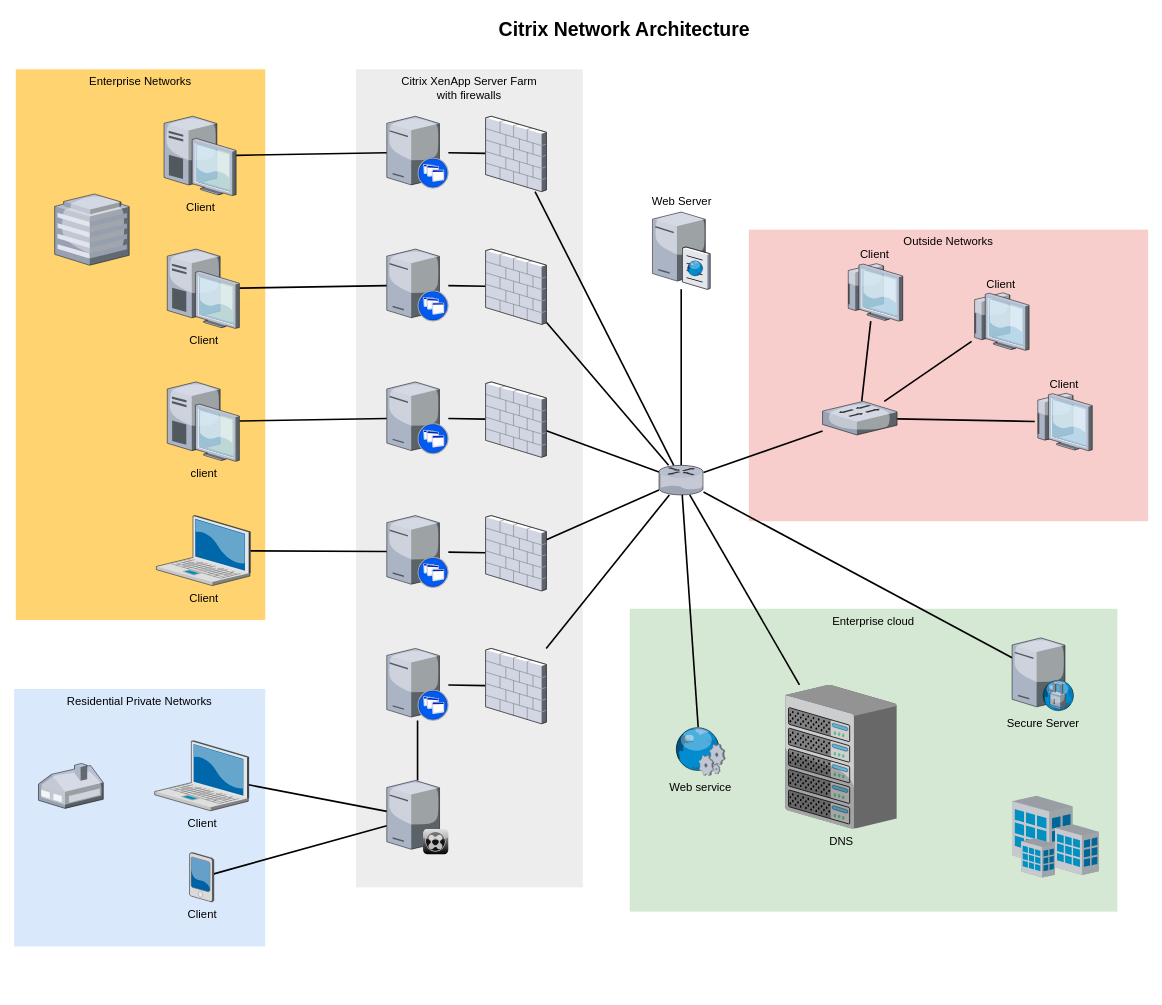
mikxingu/D-monitor keeps this draw.io diagram as Untitled Diagram.drawio. Above is the earlier version. Source tidied: cells renumbered, new cells numbered last; positions are measured from the earlier drawing's top-left corner, leaving out a move shared by most shapes. Both pictures are drawn from the tidied source at 81%, with x=0, y=0 at pixel (14, 14).
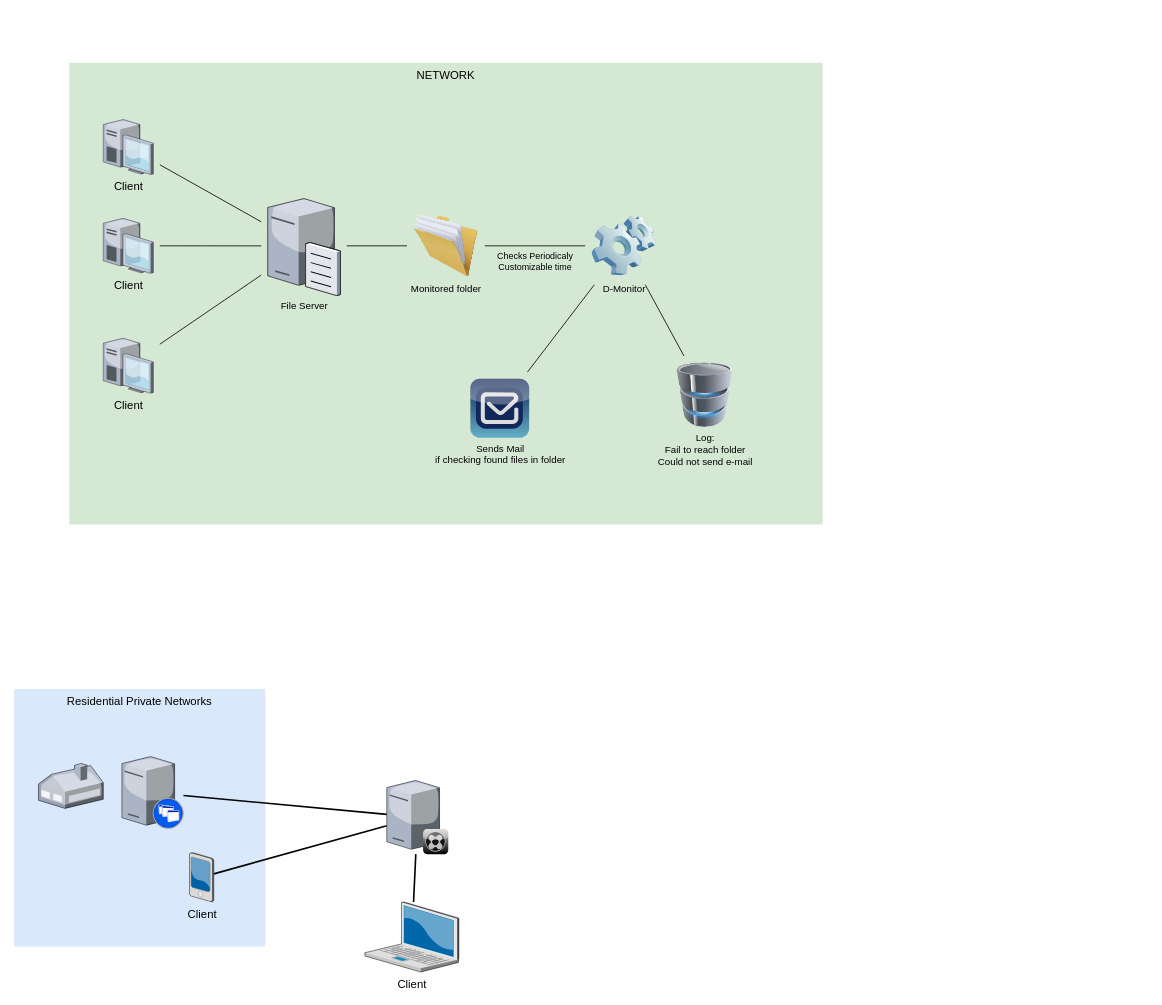
After the change.

Commit message:
Innitial Application Funcionality Specification

Change to the diagram source:
```diff
@@
-    <mxCell id="2" value="Outside Networks" style="whiteSpace=wrap;html=1;fillColor=#f8cecc;fontSize=14;strokeColor=none;verticalAlign=top;" parent="1" vertex="1">
-      <mxGeometry x="907" y="266" width="493" height="360" as="geometry" />
-    </mxCell>
-    <mxCell id="3" value="Enterprise cloud" style="whiteSpace=wrap;html=1;fillColor=#d5e8d4;fontSize=14;strokeColor=none;verticalAlign=top;" parent="1" vertex="1">
-      <mxGeometry x="760" y="734" width="602" height="374" as="geometry" />
+    <mxCell id="3" value="NETWORK" style="whiteSpace=wrap;html=1;fillColor=#d5e8d4;fontSize=14;strokeColor=none;verticalAlign=top;" parent="1" vertex="1">
+      <mxGeometry x="68" y="60" width="930" height="570" as="geometry" />
     </mxCell>
-    <mxCell id="4" value="Citrix XenApp Server Farm&lt;div&gt;with firewalls&lt;/div&gt;" style="whiteSpace=wrap;html=1;fillColor=#EDEDED;fontSize=14;strokeColor=none;verticalAlign=top;" parent="1" vertex="1">
-      <mxGeometry x="422" y="68" width="280" height="1010" as="geometry" />
-    </mxCell>
@@
-    <mxCell id="6" value="Enterprise Networks" style="whiteSpace=wrap;html=1;fillColor=#FFD470;gradientColor=none;fontSize=14;strokeColor=none;verticalAlign=top;" parent="1" vertex="1">
-      <mxGeometry x="2" y="68" width="308" height="680" as="geometry" />
-    </mxCell>
@@
     <mxCell id="8" value="Client" style="verticalLabelPosition=bottom;html=1;verticalAlign=top;strokeColor=none;shape=mxgraph.citrix.laptop_2;fillColor=#66B2FF;gradientColor=#0066CC;fontSize=14;" parent="1" vertex="1">
-      <mxGeometry x="173.5" y="897" width="116" height="86.5" as="geometry" />
+      <mxGeometry x="433" y="1096" width="116" height="86.5" as="geometry" />
     </mxCell>
-    <mxCell id="9" style="edgeStyle=none;rounded=0;html=1;startSize=10;endSize=10;jettySize=auto;fontSize=14;endArrow=none;endFill=0;strokeWidth=2;" parent="1" edge="1" source="10" target="22">
-      <mxGeometry relative="1" as="geometry" />
-    </mxCell>
-    <mxCell id="10" value="Client" style="verticalLabelPosition=bottom;html=1;verticalAlign=top;strokeColor=none;shape=mxgraph.citrix.laptop_2;fillColor=#66B2FF;gradientColor=#0066CC;fontSize=14;" parent="1" vertex="1">
-      <mxGeometry x="175.5" y="619" width="116" height="86.5" as="geometry" />
-    </mxCell>
-    <mxCell id="11" style="edgeStyle=none;rounded=0;html=1;startSize=10;endSize=10;jettySize=auto;fontSize=14;endArrow=none;endFill=0;strokeWidth=2;" parent="1" edge="1" source="12" target="24">
-      <mxGeometry relative="1" as="geometry" />
-    </mxCell>
-    <mxCell id="12" value="client" style="verticalLabelPosition=bottom;html=1;verticalAlign=top;strokeColor=none;shape=mxgraph.citrix.desktop;fillColor=#66B2FF;gradientColor=#0066CC;fontSize=14;" parent="1" vertex="1">
-      <mxGeometry x="189" y="454" width="89" height="98" as="geometry" />
-    </mxCell>
-    <mxCell id="13" style="edgeStyle=none;rounded=0;html=1;startSize=10;endSize=10;jettySize=auto;fontSize=14;endArrow=none;endFill=0;strokeWidth=2;" parent="1" edge="1" source="14" target="26">
-      <mxGeometry relative="1" as="geometry" />
-    </mxCell>
     <mxCell id="14" value="Client" style="verticalLabelPosition=bottom;html=1;verticalAlign=top;strokeColor=none;shape=mxgraph.citrix.desktop;fillColor=#66B2FF;gradientColor=#0066CC;fontSize=14;" parent="1" vertex="1">
-      <mxGeometry x="189" y="290" width="89" height="98" as="geometry" />
+      <mxGeometry x="110" y="400" width="61.8" height="68" as="geometry" />
     </mxCell>
-    <mxCell id="15" style="edgeStyle=none;rounded=0;html=1;startSize=10;endSize=10;jettySize=auto;fontSize=14;endArrow=none;endFill=0;strokeWidth=2;" parent="1" edge="1" source="16" target="28">
-      <mxGeometry relative="1" as="geometry" />
-    </mxCell>
-    <mxCell id="16" value="Client" style="verticalLabelPosition=bottom;html=1;verticalAlign=top;strokeColor=none;shape=mxgraph.citrix.desktop;fillColor=#66B2FF;gradientColor=#0066CC;fontSize=14;" parent="1" vertex="1">
-      <mxGeometry x="185" y="126" width="89" height="98" as="geometry" />
-    </mxCell>
@@
-    <mxCell id="19" style="edgeStyle=none;rounded=0;html=1;startSize=10;endSize=10;jettySize=auto;fontSize=14;endArrow=none;endFill=0;strokeWidth=2;" parent="1" edge="1" source="20" target="47">
-      <mxGeometry relative="1" as="geometry" />
-    </mxCell>
     <mxCell id="20" style="verticalLabelPosition=bottom;html=1;verticalAlign=top;strokeColor=none;shape=mxgraph.citrix.xenapp_server;fillColor=#66B2FF;gradientColor=#0066CC;fontSize=14;" parent="1" vertex="1">
-      <mxGeometry x="460" y="783" width="76" height="89" as="geometry" />
+      <mxGeometry x="133" y="916.5" width="76" height="89" as="geometry" />
     </mxCell>
-    <mxCell id="21" style="edgeStyle=none;rounded=0;html=1;startSize=10;endSize=10;jettySize=auto;fontSize=14;endArrow=none;endFill=0;strokeWidth=2;" parent="1" edge="1" source="22" target="45">
-      <mxGeometry relative="1" as="geometry" />
-    </mxCell>
-    <mxCell id="22" style="verticalLabelPosition=bottom;html=1;verticalAlign=top;strokeColor=none;shape=mxgraph.citrix.xenapp_server;fillColor=#66B2FF;gradientColor=#0066CC;fontSize=14;" parent="1" vertex="1">
-      <mxGeometry x="460" y="619" width="76" height="89" as="geometry" />
-    </mxCell>
-    <mxCell id="23" style="edgeStyle=none;rounded=0;html=1;startSize=10;endSize=10;jettySize=auto;fontSize=14;endArrow=none;endFill=0;strokeWidth=2;" parent="1" edge="1" source="24" target="43">
-      <mxGeometry relative="1" as="geometry" />
-    </mxCell>
-    <mxCell id="24" style="verticalLabelPosition=bottom;html=1;verticalAlign=top;strokeColor=none;shape=mxgraph.citrix.xenapp_server;fillColor=#66B2FF;gradientColor=#0066CC;fontSize=14;" parent="1" vertex="1">
-      <mxGeometry x="460" y="454" width="76" height="89" as="geometry" />
-    </mxCell>
-    <mxCell id="25" style="edgeStyle=none;rounded=0;html=1;startSize=10;endSize=10;jettySize=auto;fontSize=14;endArrow=none;endFill=0;strokeWidth=2;" parent="1" edge="1" source="26" target="41">
-      <mxGeometry relative="1" as="geometry" />
-    </mxCell>
-    <mxCell id="26" style="verticalLabelPosition=bottom;html=1;verticalAlign=top;strokeColor=none;shape=mxgraph.citrix.xenapp_server;fillColor=#66B2FF;gradientColor=#0066CC;fontSize=14;" parent="1" vertex="1">
-      <mxGeometry x="460" y="290" width="76" height="89" as="geometry" />
-    </mxCell>
-    <mxCell id="27" style="edgeStyle=none;rounded=0;html=1;startSize=10;endSize=10;jettySize=auto;fontSize=14;endArrow=none;endFill=0;strokeWidth=2;" parent="1" edge="1" source="28" target="39">
-      <mxGeometry relative="1" as="geometry" />
-    </mxCell>
-    <mxCell id="28" style="verticalLabelPosition=bottom;html=1;verticalAlign=top;strokeColor=none;shape=mxgraph.citrix.xenapp_server;fillColor=#66B2FF;gradientColor=#0066CC;fontSize=14;" parent="1" vertex="1">
-      <mxGeometry x="460" y="126" width="76" height="89" as="geometry" />
-    </mxCell>
-    <mxCell id="29" style="edgeStyle=none;rounded=0;html=1;startSize=10;endSize=10;jettySize=auto;fontSize=14;endArrow=none;endFill=0;strokeWidth=2;" parent="1" edge="1" source="33" target="37">
-      <mxGeometry relative="1" as="geometry" />
-    </mxCell>
-    <mxCell id="30" style="edgeStyle=none;rounded=0;html=1;startSize=10;endSize=10;jettySize=auto;fontSize=14;endArrow=none;endFill=0;strokeWidth=2;" parent="1" edge="1" source="33" target="36">
-      <mxGeometry relative="1" as="geometry" />
-    </mxCell>
-    <mxCell id="31" style="edgeStyle=none;rounded=0;html=1;startSize=10;endSize=10;jettySize=auto;fontSize=14;endArrow=none;endFill=0;strokeWidth=2;" parent="1" edge="1" source="33" target="54">
-      <mxGeometry relative="1" as="geometry" />
-    </mxCell>
-    <mxCell id="32" style="edgeStyle=none;rounded=0;html=1;startSize=10;endSize=10;jettySize=auto;fontSize=14;endArrow=none;endFill=0;strokeWidth=2;" parent="1" edge="1" source="33" target="50">
-      <mxGeometry relative="1" as="geometry" />
-    </mxCell>
-    <mxCell id="33" style="verticalLabelPosition=bottom;html=1;verticalAlign=top;strokeColor=none;shape=mxgraph.citrix.router;fillColor=#66B2FF;gradientColor=#0066CC;fontSize=14;" parent="1" vertex="1">
-      <mxGeometry x="796" y="557" width="55" height="36.5" as="geometry" />
-    </mxCell>
@@
-    <mxCell id="36" value="Web Server" style="verticalLabelPosition=top;html=1;verticalAlign=bottom;strokeColor=none;shape=mxgraph.citrix.cache_server;fillColor=#66B2FF;gradientColor=#0066CC;fontSize=14;labelPosition=center;align=center;" parent="1" vertex="1">
-      <mxGeometry x="788" y="242" width="71" height="97.5" as="geometry" />
-    </mxCell>
-    <mxCell id="37" value="DNS" style="verticalLabelPosition=bottom;html=1;verticalAlign=top;strokeColor=none;shape=mxgraph.citrix.chassis;fillColor=#66B2FF;gradientColor=#0066CC;fontSize=14;" parent="1" vertex="1">
-      <mxGeometry x="952" y="828" width="137.5" height="177.5" as="geometry" />
-    </mxCell>
-    <mxCell id="38" style="edgeStyle=none;rounded=0;html=1;startSize=10;endSize=10;jettySize=auto;fontSize=14;endArrow=none;endFill=0;strokeWidth=2;" parent="1" edge="1" source="39" target="33">
-      <mxGeometry relative="1" as="geometry" />
-    </mxCell>
-    <mxCell id="39" style="verticalLabelPosition=bottom;html=1;verticalAlign=top;strokeColor=none;shape=mxgraph.citrix.firewall;fillColor=#66B2FF;gradientColor=#0066CC;fontSize=14;" parent="1" vertex="1">
-      <mxGeometry x="582" y="126" width="75" height="93" as="geometry" />
-    </mxCell>
-    <mxCell id="40" style="edgeStyle=none;rounded=0;html=1;startSize=10;endSize=10;jettySize=auto;fontSize=14;endArrow=none;endFill=0;strokeWidth=2;" parent="1" edge="1" source="41" target="33">
-      <mxGeometry relative="1" as="geometry" />
-    </mxCell>
-    <mxCell id="41" style="verticalLabelPosition=bottom;html=1;verticalAlign=top;strokeColor=none;shape=mxgraph.citrix.firewall;fillColor=#66B2FF;gradientColor=#0066CC;fontSize=14;" parent="1" vertex="1">
-      <mxGeometry x="582" y="290" width="75" height="93" as="geometry" />
-    </mxCell>
-    <mxCell id="42" style="edgeStyle=none;rounded=0;html=1;startSize=10;endSize=10;jettySize=auto;fontSize=14;endArrow=none;endFill=0;strokeWidth=2;" parent="1" edge="1" source="43" target="33">
-      <mxGeometry relative="1" as="geometry" />
-    </mxCell>
-    <mxCell id="43" style="verticalLabelPosition=bottom;html=1;verticalAlign=top;strokeColor=none;shape=mxgraph.citrix.firewall;fillColor=#66B2FF;gradientColor=#0066CC;fontSize=14;" parent="1" vertex="1">
-      <mxGeometry x="582" y="454" width="75" height="93" as="geometry" />
-    </mxCell>
-    <mxCell id="44" style="edgeStyle=none;rounded=0;html=1;startSize=10;endSize=10;jettySize=auto;fontSize=14;endArrow=none;endFill=0;strokeWidth=2;" parent="1" edge="1" source="45" target="33">
-      <mxGeometry relative="1" as="geometry" />
-    </mxCell>
-    <mxCell id="45" style="verticalLabelPosition=bottom;html=1;verticalAlign=top;strokeColor=none;shape=mxgraph.citrix.firewall;fillColor=#66B2FF;gradientColor=#0066CC;fontSize=14;" parent="1" vertex="1">
-      <mxGeometry x="582" y="619" width="75" height="93" as="geometry" />
-    </mxCell>
-    <mxCell id="46" style="edgeStyle=none;rounded=0;html=1;startSize=10;endSize=10;jettySize=auto;fontSize=14;endArrow=none;endFill=0;strokeWidth=2;" parent="1" edge="1" source="47" target="33">
-      <mxGeometry relative="1" as="geometry" />
-    </mxCell>
-    <mxCell id="47" style="verticalLabelPosition=bottom;html=1;verticalAlign=top;strokeColor=none;shape=mxgraph.citrix.firewall;fillColor=#66B2FF;gradientColor=#0066CC;fontSize=14;" parent="1" vertex="1">
-      <mxGeometry x="582" y="783" width="75" height="93" as="geometry" />
-    </mxCell>
@@
-    <mxCell id="49" style="verticalLabelPosition=bottom;html=1;verticalAlign=top;strokeColor=none;shape=mxgraph.citrix.hq_enterprise;fillColor=#66B2FF;gradientColor=#0066CC;fontSize=14;" parent="1" vertex="1">
-      <mxGeometry x="50" y="222" width="92" height="88" as="geometry" />
-    </mxCell>
-    <mxCell id="50" value="Secure Server" style="verticalLabelPosition=bottom;html=1;verticalAlign=top;strokeColor=none;shape=mxgraph.citrix.proxy_server;fillColor=#66B2FF;gradientColor=#0066CC;fontSize=14;" parent="1" vertex="1">
-      <mxGeometry x="1232" y="770" width="76.5" height="90" as="geometry" />
-    </mxCell>
-    <mxCell id="51" style="edgeStyle=none;rounded=0;html=1;startSize=10;endSize=10;jettySize=auto;fontSize=14;endArrow=none;endFill=0;strokeWidth=2;" parent="1" edge="1" source="54" target="57">
-      <mxGeometry relative="1" as="geometry" />
-    </mxCell>
-    <mxCell id="52" style="edgeStyle=none;rounded=0;html=1;startSize=10;endSize=10;jettySize=auto;fontSize=14;endArrow=none;endFill=0;strokeWidth=2;" parent="1" edge="1" source="54" target="56">
-      <mxGeometry relative="1" as="geometry" />
-    </mxCell>
-    <mxCell id="53" style="edgeStyle=none;rounded=0;html=1;startSize=10;endSize=10;jettySize=auto;fontSize=14;endArrow=none;endFill=0;strokeWidth=2;" parent="1" edge="1" source="54" target="55">
-      <mxGeometry relative="1" as="geometry" />
-    </mxCell>
-    <mxCell id="54" style="verticalLabelPosition=bottom;html=1;verticalAlign=top;strokeColor=none;shape=mxgraph.citrix.switch;fillColor=#66B2FF;gradientColor=#0066CC;fontSize=14;" parent="1" vertex="1">
-      <mxGeometry x="998" y="478" width="92" height="41.5" as="geometry" />
-    </mxCell>
-    <mxCell id="55" value="Client" style="verticalLabelPosition=top;html=1;verticalAlign=bottom;strokeColor=none;shape=mxgraph.citrix.thin_client;fillColor=#66B2FF;gradientColor=#0066CC;fontSize=14;labelPosition=center;align=center;" parent="1" vertex="1">
-      <mxGeometry x="1260" y="468" width="71" height="71" as="geometry" />
-    </mxCell>
-    <mxCell id="56" value="Client" style="verticalLabelPosition=top;html=1;verticalAlign=bottom;strokeColor=none;shape=mxgraph.citrix.thin_client;fillColor=#66B2FF;gradientColor=#0066CC;fontSize=14;labelPosition=center;align=center;" parent="1" vertex="1">
-      <mxGeometry x="1182" y="344" width="71" height="71" as="geometry" />
-    </mxCell>
-    <mxCell id="57" value="Client" style="verticalLabelPosition=top;html=1;verticalAlign=bottom;strokeColor=none;shape=mxgraph.citrix.thin_client;fillColor=#66B2FF;gradientColor=#0066CC;fontSize=14;labelPosition=center;align=center;" parent="1" vertex="1">
-      <mxGeometry x="1026" y="308" width="71" height="71" as="geometry" />
-    </mxCell>
-    <mxCell id="58" style="edgeStyle=none;rounded=0;html=1;startSize=10;endSize=10;jettySize=auto;fontSize=14;endArrow=none;endFill=0;strokeWidth=2;" parent="1" edge="1" source="59" target="33">
-      <mxGeometry relative="1" as="geometry" />
-    </mxCell>
-    <mxCell id="59" value="Web service" style="verticalLabelPosition=bottom;html=1;verticalAlign=top;strokeColor=none;shape=mxgraph.citrix.web_service;fillColor=#66B2FF;gradientColor=#0066CC;fontSize=14;" parent="1" vertex="1">
-      <mxGeometry x="815" y="880" width="63" height="60" as="geometry" />
-    </mxCell>
-    <mxCell id="60" style="verticalLabelPosition=bottom;html=1;verticalAlign=top;strokeColor=none;shape=mxgraph.citrix.site;fillColor=#66B2FF;gradientColor=#0066CC;fontSize=14;" parent="1" vertex="1">
-      <mxGeometry x="1232" y="965" width="107" height="101" as="geometry" />
-    </mxCell>
-    <mxCell id="61" value="Citrix Network Architecture" style="text;strokeColor=none;fillColor=none;html=1;fontSize=24;fontStyle=1;verticalAlign=middle;align=center;" parent="1" vertex="1">
-      <mxGeometry x="322" width="861" height="40" as="geometry" />
-    </mxCell>
+    <mxCell id="62" value="File Server" style="verticalLabelPosition=bottom;sketch=0;html=1;verticalAlign=top;strokeColor=none;align=center;outlineConnect=0;shape=mxgraph.citrix.file_server;hachureGap=4;" parent="1" vertex="1">
+      <mxGeometry x="313" y="224.8" width="89.7" height="122.5" as="geometry" />
+    </mxCell>
+    <mxCell id="63" value="Client" style="verticalLabelPosition=bottom;html=1;verticalAlign=top;strokeColor=none;shape=mxgraph.citrix.desktop;fillColor=#66B2FF;gradientColor=#0066CC;fontSize=14;" parent="1" vertex="1">
+      <mxGeometry x="110" y="252" width="61.8" height="68" as="geometry" />
+    </mxCell>
+    <mxCell id="64" value="Client" style="verticalLabelPosition=bottom;html=1;verticalAlign=top;strokeColor=none;shape=mxgraph.citrix.desktop;fillColor=#66B2FF;gradientColor=#0066CC;fontSize=14;" parent="1" vertex="1">
+      <mxGeometry x="110" y="130" width="61.8" height="68" as="geometry" />
+    </mxCell>
+    <mxCell id="65" style="endArrow=none;html=1;startSize=14;endSize=14;sourcePerimeterSpacing=8;targetPerimeterSpacing=8;" parent="1" edge="1" source="64" target="62">
+      <mxGeometry relative="1" as="geometry" />
+    </mxCell>
+    <mxCell id="66" style="endArrow=none;html=1;startSize=14;endSize=14;sourcePerimeterSpacing=8;targetPerimeterSpacing=8;" parent="1" edge="1" source="63" target="62">
+      <mxGeometry relative="1" as="geometry" />
+    </mxCell>
+    <mxCell id="67" style="endArrow=none;html=1;startSize=14;endSize=14;sourcePerimeterSpacing=8;targetPerimeterSpacing=8;" parent="1" edge="1" source="14" target="62">
+      <mxGeometry relative="1" as="geometry" />
+    </mxCell>
+    <mxCell id="68" value="Monitored folder" style="image;html=1;image=img/lib/clip_art/general/Full_Folder_128x128.png;hachureGap=4;strokeColor=default;labelBackgroundColor=none;" parent="1" vertex="1">
+      <mxGeometry x="493" y="246" width="80" height="80" as="geometry" />
+    </mxCell>
+    <mxCell id="69" style="endArrow=none;html=1;startSize=14;endSize=14;sourcePerimeterSpacing=8;targetPerimeterSpacing=8;" parent="1" edge="1" source="68" target="62">
+      <mxGeometry relative="1" as="geometry" />
+    </mxCell>
+    <mxCell id="70" value="D-Monitor&lt;br&gt;" style="image;html=1;image=img/lib/clip_art/computers/Software_128x128.png;hachureGap=4;labelBackgroundColor=none;strokeColor=default;" parent="1" vertex="1">
+      <mxGeometry x="713" y="246" width="80" height="80" as="geometry" />
+    </mxCell>
+    <mxCell id="71" value="Checks Periodicaly&lt;br&gt;Customizable time" style="endArrow=none;html=1;startSize=14;endSize=14;sourcePerimeterSpacing=8;targetPerimeterSpacing=8;labelBackgroundColor=none;verticalAlign=top;" parent="1" edge="1" source="68" target="70">
+      <mxGeometry relative="1" as="geometry" />
+    </mxCell>
+    <mxCell id="72" value="Log:&lt;br&gt;Fail to reach folder&lt;br&gt;Could not send e-mail" style="image;html=1;image=img/lib/clip_art/computers/Database_128x128.png;hachureGap=4;labelBackgroundColor=none;strokeColor=default;" parent="1" vertex="1">
+      <mxGeometry x="813" y="430" width="80" height="80" as="geometry" />
+    </mxCell>
+    <mxCell id="73" value="Sends Mail&lt;br&gt;if checking found files in folder" style="verticalLabelPosition=bottom;sketch=0;html=1;verticalAlign=top;strokeColor=none;align=center;outlineConnect=0;shape=mxgraph.citrix.worxmail;fillColor=#112356;gradientColor=#63AFC6;gradientDirection=south;hachureGap=4;labelBackgroundColor=none;" parent="1" vertex="1">
+      <mxGeometry x="563" y="450" width="73" height="73" as="geometry" />
+    </mxCell>
+    <mxCell id="74" style="endArrow=none;html=1;startSize=14;endSize=14;sourcePerimeterSpacing=8;targetPerimeterSpacing=8;" parent="1" edge="1" source="73" target="70">
+      <mxGeometry relative="1" as="geometry" />
+    </mxCell>
+    <mxCell id="75" style="endArrow=none;html=1;startSize=14;endSize=14;sourcePerimeterSpacing=8;targetPerimeterSpacing=8;" parent="1" edge="1" source="72" target="70">
+      <mxGeometry relative="1" as="geometry" />
+    </mxCell>
```
